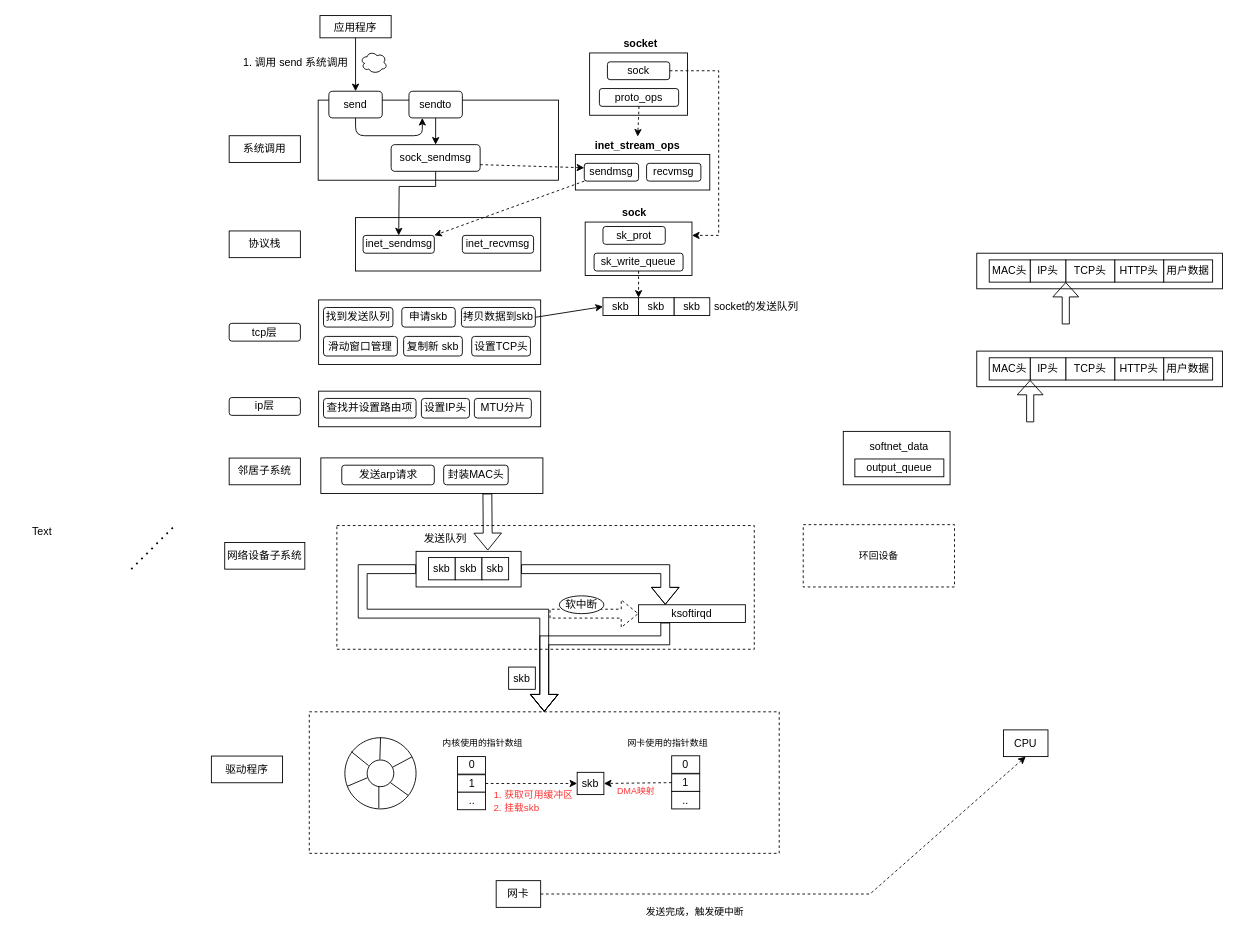
The draw.io diagram page "网络包发送" (2 of 2) of 图解网络.drawio in JianHao-Chen/UML, before the edit. Source tidied: cells renumbered, new cells numbered last; positions are measured from the earlier drawing's top-left corner, leaving out a move shared by most shapes. Both pictures are drawn from the tidied source at 89%, with x=0, y=0 at pixel (15, 15).
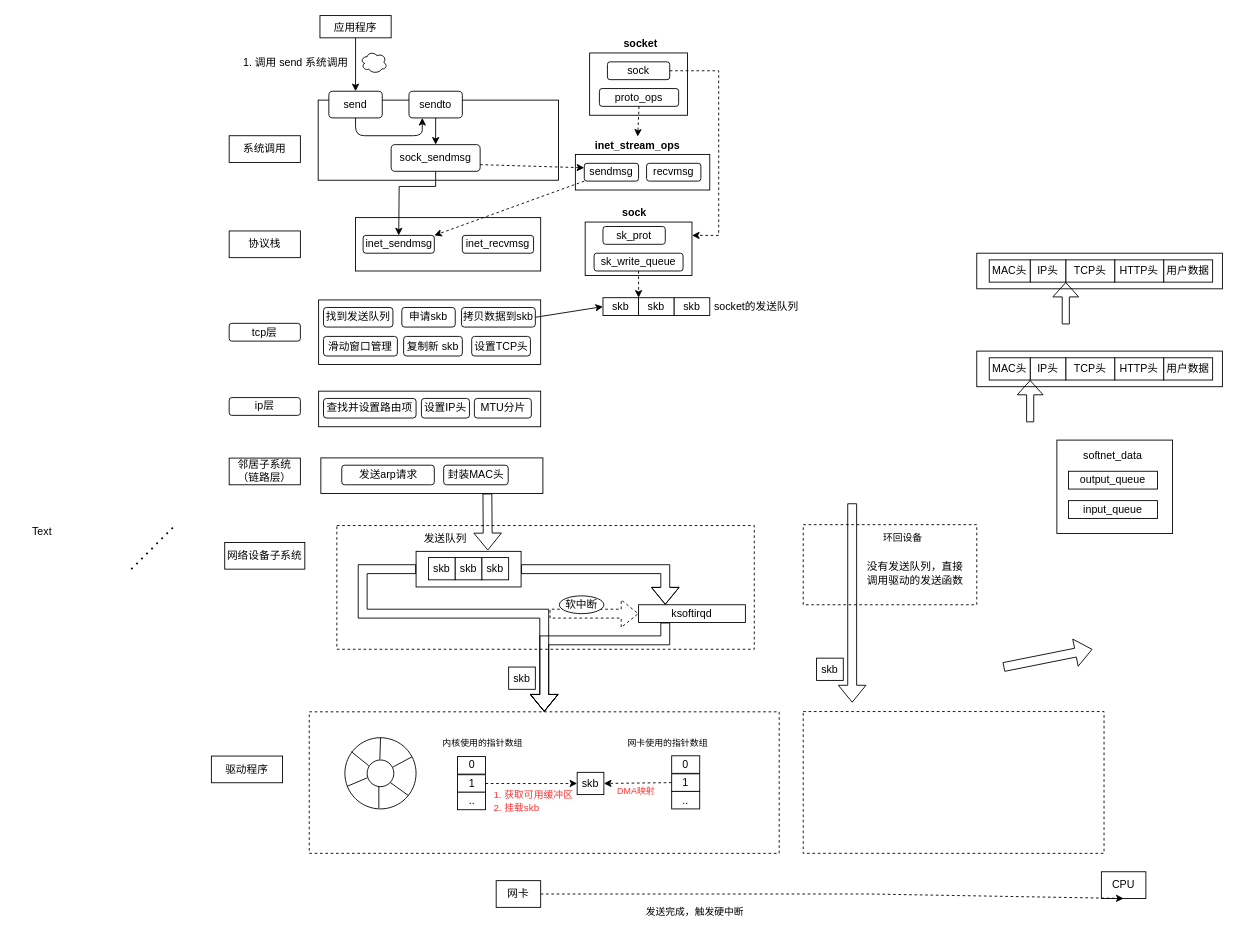
The same page after the edit.

Change to the diagram source:
```diff
@@
+    <mxCell id="118" style="rounded=0;whiteSpace=wrap;html=1;strokeWidth=1;fontSize=11;fontColor=#000000;dashed=1;" parent="1" vertex="1">
+      <mxGeometry x="885" y="782" width="338" height="159.3" as="geometry" />
+    </mxCell>
@@
-    <mxCell id="55" value="邻居子系统" style="rounded=0;whiteSpace=wrap;html=1;strokeWidth=1;fontSize=12;" parent="1" vertex="1">
+    <mxCell id="55" value="邻居子系统&lt;br&gt;（链路层）" style="rounded=0;whiteSpace=wrap;html=1;strokeWidth=1;fontSize=12;" parent="1" vertex="1">
       <mxGeometry x="240" y="497.2" width="80" height="30" as="geometry" />
     </mxCell>
@@
     <mxCell id="75" value="CPU" style="rounded=0;whiteSpace=wrap;html=1;strokeWidth=1;fontSize=12;" parent="1" vertex="1">
-      <mxGeometry x="1110" y="802.6" width="50" height="30" as="geometry" />
+      <mxGeometry x="1220" y="962" width="50" height="30" as="geometry" />
     </mxCell>
@@
     <mxCell id="83" style="rounded=0;whiteSpace=wrap;html=1;strokeWidth=1;fontSize=12;" parent="1" vertex="1">
-      <mxGeometry x="930" y="467.2" width="120" height="60" as="geometry" />
+      <mxGeometry x="1170" y="477" width="130" height="105" as="geometry" />
     </mxCell>
     <mxCell id="84" value="softnet_data" style="text;html=1;strokeColor=none;fillColor=none;align=center;verticalAlign=middle;whiteSpace=wrap;rounded=0;strokeWidth=1;fontSize=12;" parent="1" vertex="1">
-      <mxGeometry x="963" y="470.2" width="60" height="30" as="geometry" />
+      <mxGeometry x="1203" y="480" width="60" height="30" as="geometry" />
     </mxCell>
     <mxCell id="85" value="output_queue" style="rounded=0;whiteSpace=wrap;html=1;strokeWidth=1;fontSize=12;" parent="1" vertex="1">
-      <mxGeometry x="943" y="498.2" width="100" height="20" as="geometry" />
+      <mxGeometry x="1183" y="512" width="100" height="20" as="geometry" />
     </mxCell>
@@
-    <mxCell id="117" value="环回设备" style="rounded=0;whiteSpace=wrap;html=1;dashed=1;strokeWidth=1;fontSize=11;fontColor=#000000;" parent="1" vertex="1">
-      <mxGeometry x="885" y="572" width="170" height="70" as="geometry" />
+    <mxCell id="117" style="rounded=0;whiteSpace=wrap;html=1;dashed=1;strokeWidth=1;fontSize=11;fontColor=#000000;" parent="1" vertex="1">
+      <mxGeometry x="885" y="572" width="195" height="90" as="geometry" />
     </mxCell>
+    <mxCell id="119" value="&lt;span style=&quot;font-size: 11px;&quot;&gt;环回设备&lt;/span&gt;" style="text;html=1;strokeColor=none;fillColor=none;align=center;verticalAlign=middle;whiteSpace=wrap;rounded=0;" parent="1" vertex="1">
+      <mxGeometry x="967" y="572" width="60" height="30" as="geometry" />
+    </mxCell>
+    <mxCell id="120" value="没有发送队列，直接调用驱动的发送函数" style="text;html=1;strokeColor=none;fillColor=none;align=center;verticalAlign=middle;whiteSpace=wrap;rounded=0;strokeWidth=1;fontSize=12;" parent="1" vertex="1">
+      <mxGeometry x="952" y="612" width="118" height="30" as="geometry" />
+    </mxCell>
+    <mxCell id="121" style="shape=flexArrow;endArrow=classic;html=1;rounded=0;fontSize=12;exitX=0.75;exitY=1;exitDx=0;exitDy=0;" parent="1" edge="1">
+      <mxGeometry relative="1" as="geometry">
+        <mxPoint x="940" y="548" as="sourcePoint" />
+        <mxPoint x="940" y="772" as="targetPoint" />
+      </mxGeometry>
+    </mxCell>
+    <mxCell id="122" value="skb" style="rounded=0;whiteSpace=wrap;html=1;strokeWidth=1;fontSize=12;" parent="1" vertex="1">
+      <mxGeometry x="900" y="722" width="30" height="25" as="geometry" />
+    </mxCell>
+    <mxCell id="123" value="input_queue" style="rounded=0;whiteSpace=wrap;html=1;strokeWidth=1;fontSize=12;" parent="1" vertex="1">
+      <mxGeometry x="1183" y="545" width="100" height="20" as="geometry" />
+    </mxCell>
+    <mxCell id="124" style="shape=flexArrow;endArrow=classic;html=1;rounded=0;" parent="1" edge="1">
+      <mxGeometry relative="1" as="geometry">
+        <mxPoint x="1110" y="732" as="sourcePoint" />
+        <mxPoint x="1210" y="712" as="targetPoint" />
+      </mxGeometry>
+    </mxCell>
```
